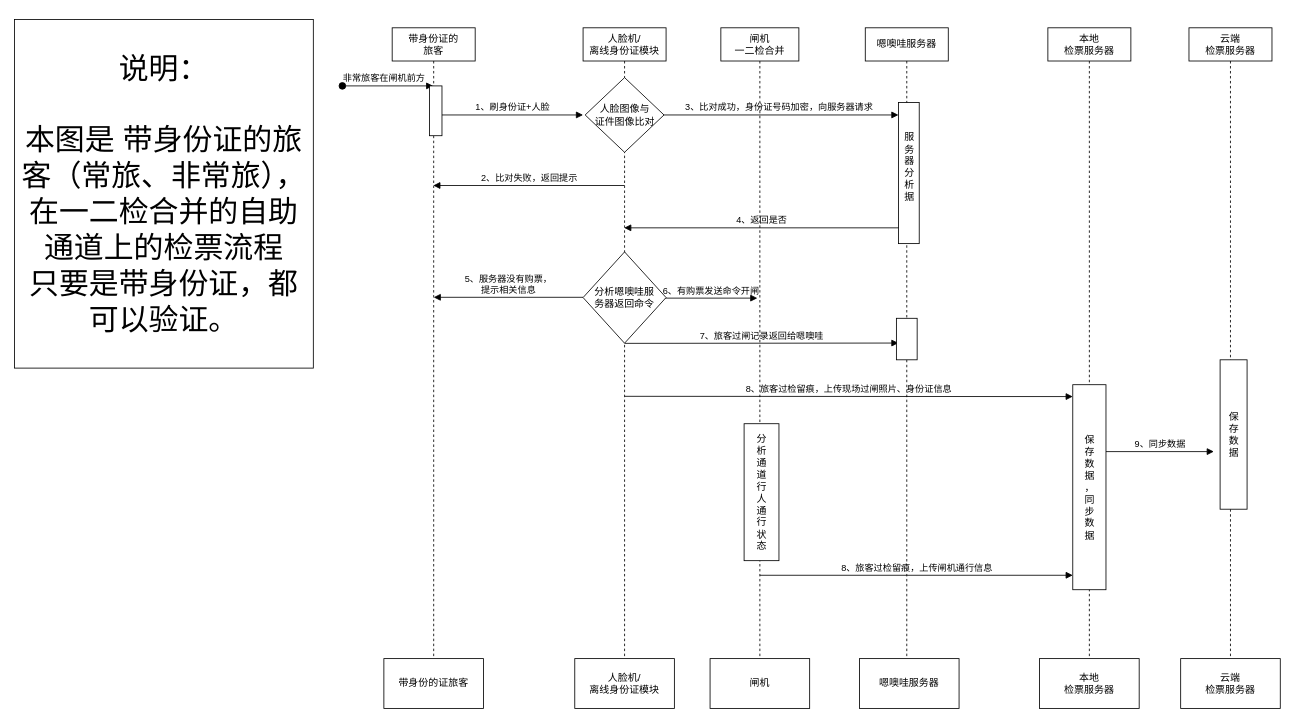
Before: 带身份证游客--自助通道.drawio in liucg63/-, a draw.io diagram. Source tidied: cells renumbered, new cells numbered last; positions are measured from the earlier drawing's top-left corner, leaving out a move shared by most shapes. Both pictures are drawn from the tidied source at 83%, with x=0, y=0 at pixel (14, 19).
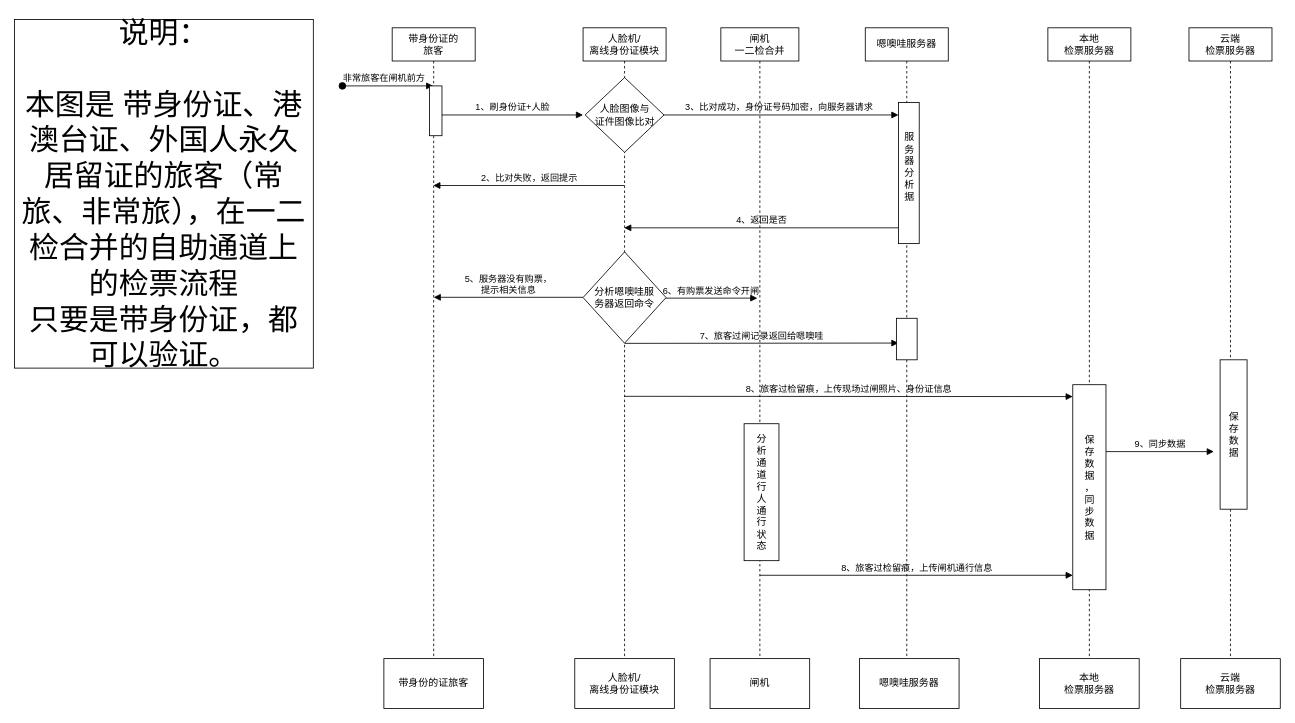
The same diagram, later.

Commit message (it also covers changes not shown here):
更新带身份证游客--自助通道.drawio

Diff of the diagram source:
```diff
@@
-    <mxCell id="39" value="&lt;font style=&quot;font-size: 36px;&quot;&gt;说明：&lt;/font&gt;&lt;div&gt;&lt;span style=&quot;font-size: 36px;&quot;&gt;&lt;br&gt;&lt;/span&gt;&lt;div&gt;&lt;font style=&quot;font-size: 36px;&quot;&gt;本图是 带身份证的旅客（常旅、非常旅），在一二检合并的自助通道上的检票流程&lt;/font&gt;&lt;/div&gt;&lt;/div&gt;&lt;div&gt;&lt;font style=&quot;font-size: 36px;&quot;&gt;只要是带身份证，都可以验证。&lt;/font&gt;&lt;/div&gt;" style="rounded=0;whiteSpace=wrap;html=1;" parent="1" vertex="1">
+    <mxCell id="39" value="&lt;font style=&quot;font-size: 36px;&quot;&gt;说明：&lt;/font&gt;&lt;div&gt;&lt;span style=&quot;font-size: 36px;&quot;&gt;&lt;br&gt;&lt;/span&gt;&lt;div&gt;&lt;font style=&quot;font-size: 36px;&quot;&gt;本图是 带身份证、港澳台证、外国人永久居留证的旅客（常旅、非常旅），在一二检合并的自助通道上的检票流程&lt;/font&gt;&lt;/div&gt;&lt;/div&gt;&lt;div&gt;&lt;font style=&quot;font-size: 36px;&quot;&gt;只要是带身份证，都可以验证。&lt;/font&gt;&lt;/div&gt;" style="rounded=0;whiteSpace=wrap;html=1;" parent="1" vertex="1">
       <mxGeometry width="360" height="420" as="geometry" />
     </mxCell>
```
